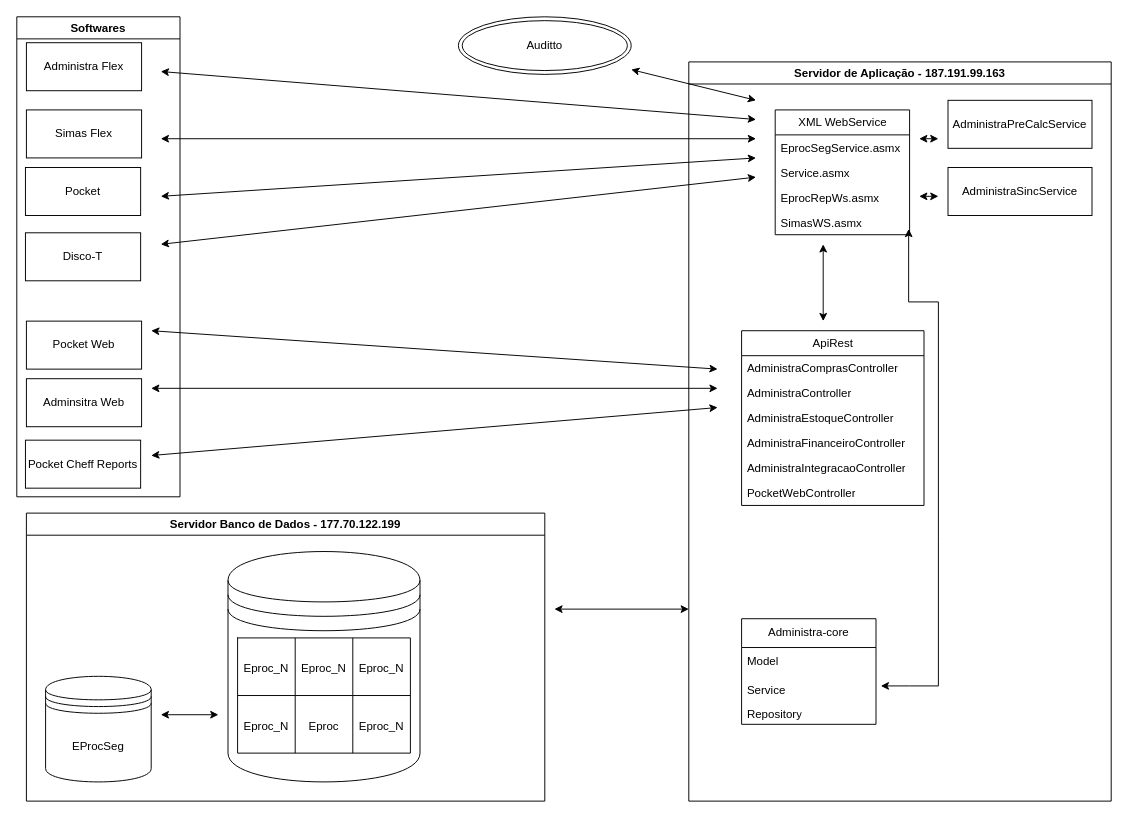
This is Diagrama sem nome.drawio from inforic/dasa, a draw.io file, before an edit. Source tidied: cells renumbered, new cells numbered last; positions are measured from the earlier drawing's top-left corner, leaving out a move shared by most shapes. Both pictures are drawn from the tidied source at 96%, with x=0, y=0 at pixel (16, 16).
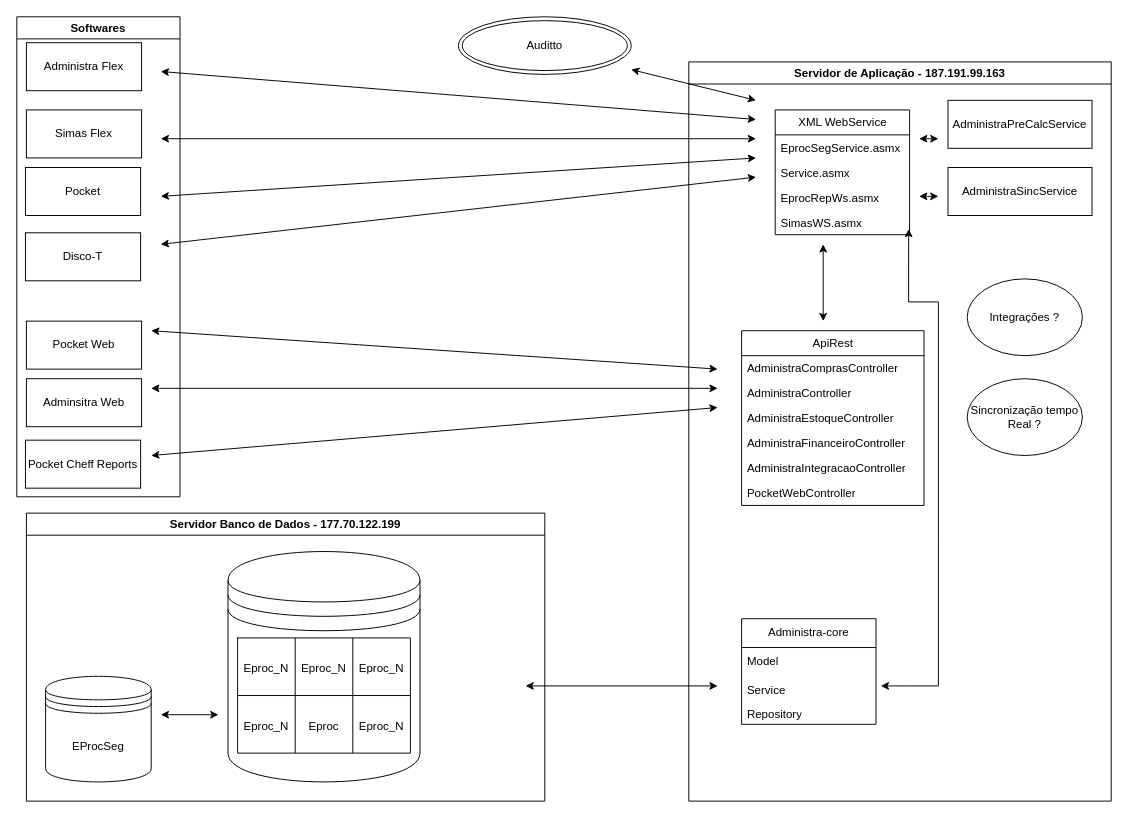
The same diagram, later.

The change refers to these unchanged cells:
```xml
<mxCell id="2" value="Servidor de Aplicação - 187.191.99.163" style="swimlane;" parent="1" vertex="1">
  <mxGeometry x="700" y="47" width="440" height="770" as="geometry" />
</mxCell>
```

Change to the diagram source:
```diff
@@
+    <mxCell id="57" value="Integrações ?" style="ellipse;whiteSpace=wrap;html=1;" parent="2" vertex="1">
+      <mxGeometry x="290" y="226" width="120" height="80" as="geometry" />
+    </mxCell>
+    <mxCell id="58" value="Sincronização tempo Real ?" style="ellipse;whiteSpace=wrap;html=1;" parent="2" vertex="1">
+      <mxGeometry x="290" y="330" width="120" height="80" as="geometry" />
+    </mxCell>
@@
     <mxCell id="39" style="endArrow=classic;startArrow=classic;html=1;rounded=0;" parent="1" edge="1">
       <mxGeometry relative="1" as="geometry">
-        <mxPoint x="560" y="617" as="sourcePoint" />
-        <mxPoint x="700" y="617" as="targetPoint" />
+        <mxPoint x="530" y="697" as="sourcePoint" />
+        <mxPoint x="730" y="697" as="targetPoint" />
       </mxGeometry>
     </mxCell>
```
